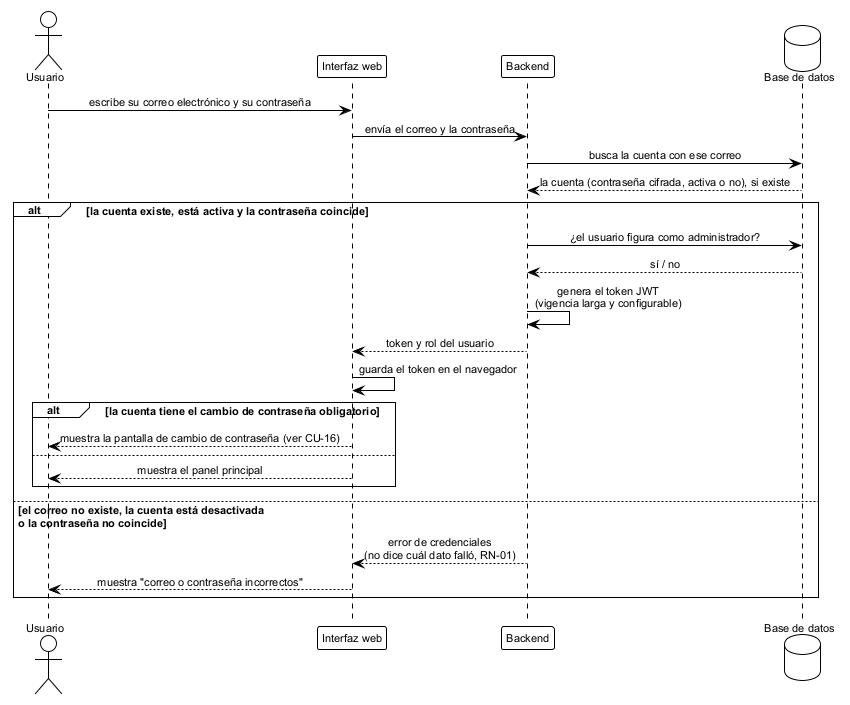
ErickJester/fst-ai-system-latex keeps this PlantUML diagram as figures/diagramas/seq_login.png. Above is the earlier version.
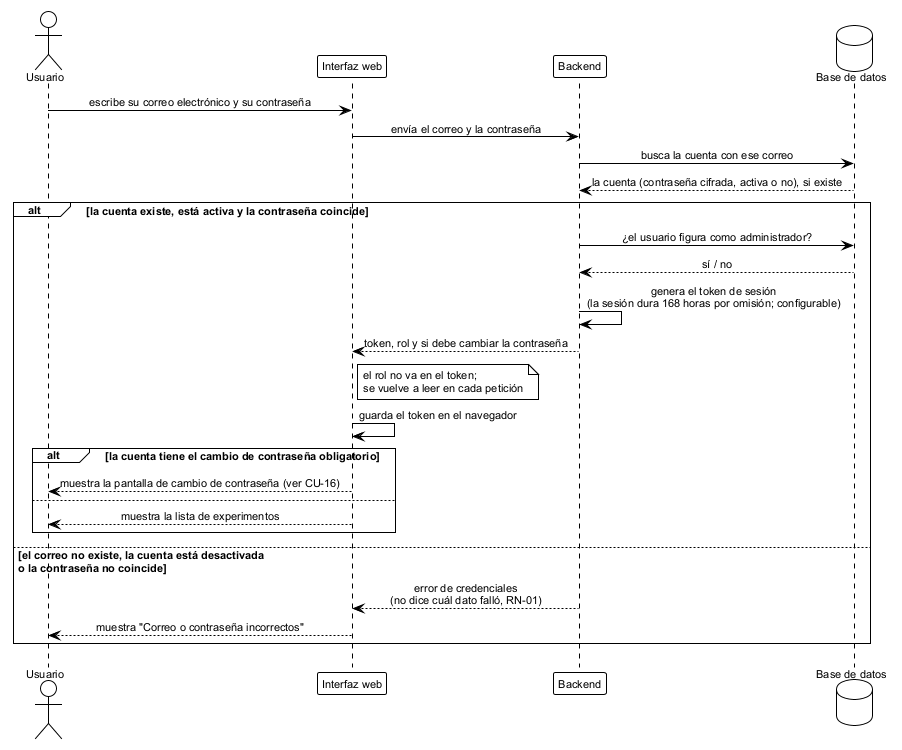
Later version of the same file.

What changed in the source:
```diff
@@ -19,16 +19,20 @@
 alt la cuenta existe, está activa y la contraseña coincide
   api -> db: ¿el usuario figura como administrador?
   db --> api: sí / no
-  api -> api: genera el token JWT\n(vigencia larga y configurable)
-  api --> ui: token y rol del usuario
+  api -> api: genera el token de sesión\n(la sesión dura 168 horas por omisión; configurable)
+  api --> ui: token, rol y si debe cambiar la contraseña
+  note right of ui
+    el rol no va en el token;
+    se vuelve a leer en cada petición
+  end note
   ui -> ui: guarda el token en el navegador
   alt la cuenta tiene el cambio de contraseña obligatorio
     ui --> u: muestra la pantalla de cambio de contraseña (ver CU-16)
   else
-    ui --> u: muestra el panel principal
+    ui --> u: muestra la lista de experimentos
   end
 else el correo no existe, la cuenta está desactivada\no la contraseña no coincide
   api --> ui: error de credenciales\n(no dice cuál dato falló, RN-01)
-  ui --> u: muestra "correo o contraseña incorrectos"
+  ui --> u: muestra "Correo o contraseña incorrectos"
 end
 @enduml
```
